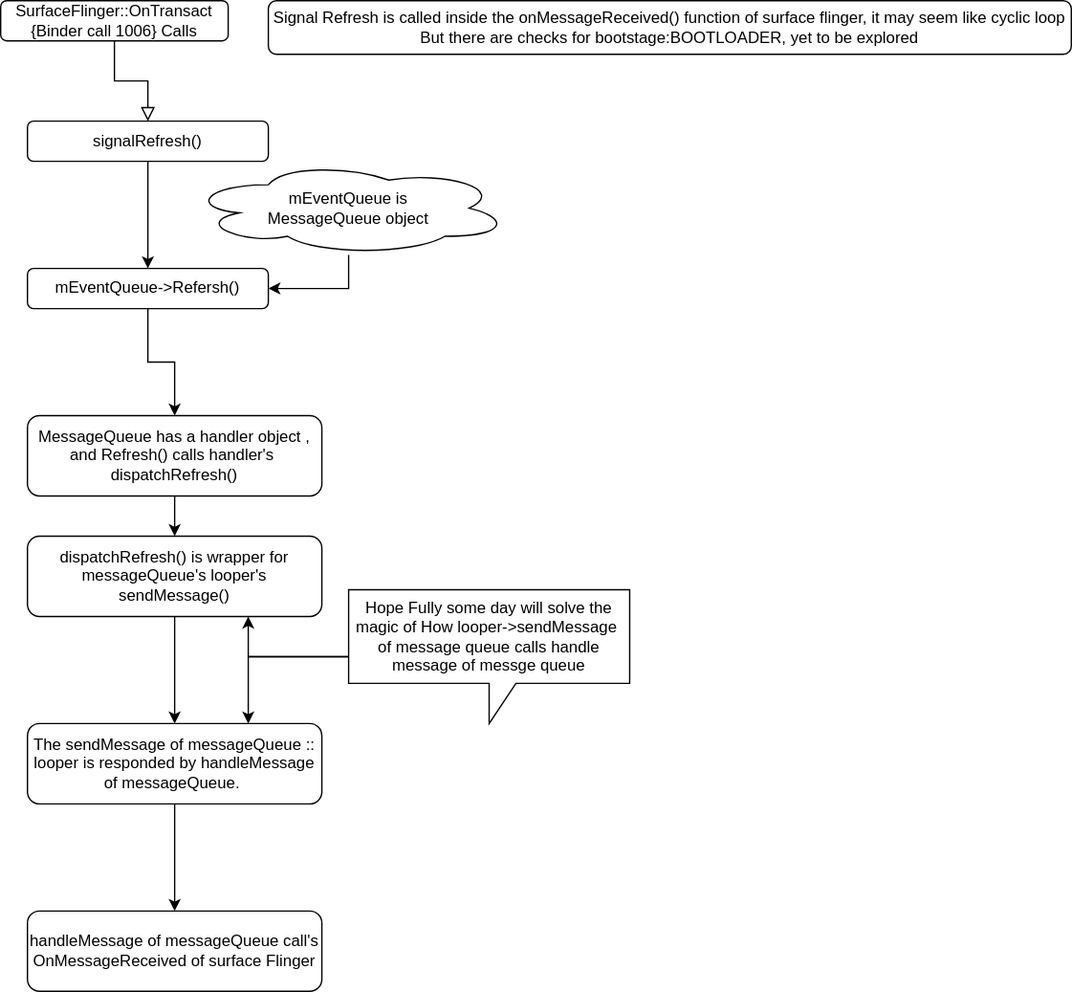
Above: Surface Flinger.svg in wire-mistry/AOSP_Gaphics (draw.io), before the change. Source tidied: cells renumbered, new cells last; positions are measured from the earlier drawing's top-left corner, leaving out a move shared by most shapes.
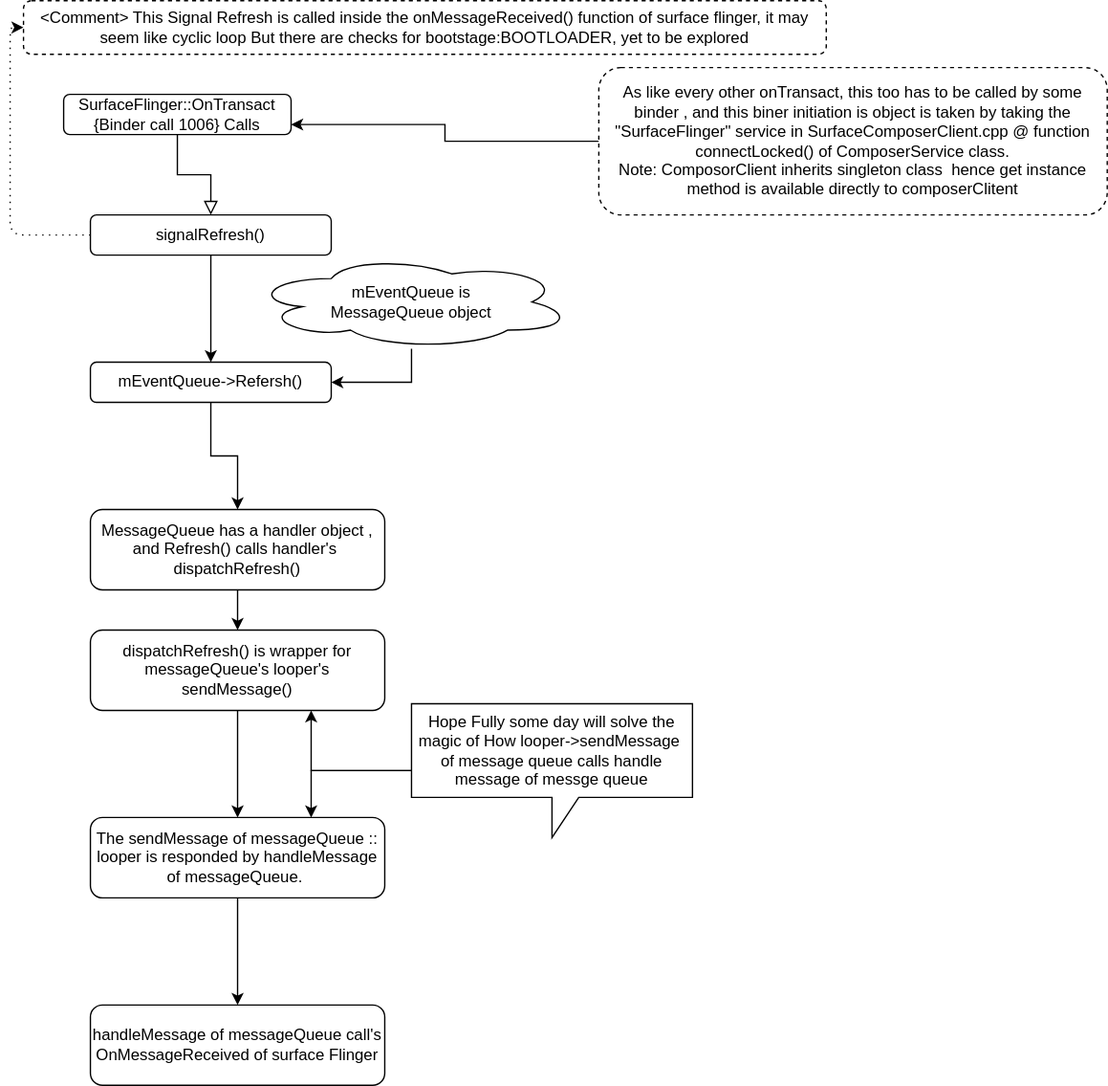
Later version of the same file.

What changed in the source:
```diff
@@ -41,8 +41,8 @@
     <mxCell id="14" value="handleMessage of messageQueue call's OnMessageReceived of surface Flinger" style="rounded=1;whiteSpace=wrap;html=1;" parent="1" vertex="1">
       <mxGeometry x="20" y="680" width="220" height="60" as="geometry" />
     </mxCell>
-    <mxCell id="15" value="Signal Refresh is called inside the onMessageReceived() function of surface flinger, it may seem like cyclic loop But there are checks for bootstage:BOOTLOADER, yet to be explored" style="rounded=1;whiteSpace=wrap;html=1;" parent="1" vertex="1">
-      <mxGeometry x="200" width="600" height="40" as="geometry" />
+    <mxCell id="15" value="&amp;lt;Comment&amp;gt; This Signal Refresh is called inside the onMessageReceived() function of surface flinger, it may seem like cyclic loop But there are checks for bootstage:BOOTLOADER, yet to be explored" style="rounded=1;whiteSpace=wrap;html=1;dashed=1;" parent="1" vertex="1">
+      <mxGeometry x="-30" y="-70" width="600" height="40" as="geometry" />
     </mxCell>
     <mxCell id="16" style="edgeStyle=orthogonalEdgeStyle;rounded=0;jettySize=auto;html=1;entryX=1;entryY=0.5;entryDx=0;entryDy=0;" parent="1" edge="1" source="17" target="7">
       <mxGeometry relative="1" as="geometry" />
@@ -54,10 +54,23 @@
       <mxGeometry relative="1" as="geometry" />
     </mxCell>
     <mxCell id="19" value="Hope Fully some day will solve the magic of How looper-&amp;gt;sendMessage&amp;nbsp; of message queue calls handle message of messge queue" style="shape=callout;whiteSpace=wrap;html=1;perimeter=calloutPerimeter;" parent="1" vertex="1">
-      <mxGeometry x="260" y="440" width="210" height="100" as="geometry" />
+      <mxGeometry x="260" y="455" width="210" height="100" as="geometry" />
     </mxCell>
     <mxCell id="20" style="edgeStyle=orthogonalEdgeStyle;rounded=0;jettySize=auto;html=1;entryX=0.75;entryY=1;entryDx=0;entryDy=0;" parent="1" edge="1" source="19" target="11">
       <mxGeometry relative="1" as="geometry" />
     </mxCell>
+    <mxCell id="21" style="edgeStyle=orthogonalEdgeStyle;rounded=0;jettySize=auto;html=1;entryX=1;entryY=0.75;entryDx=0;entryDy=0;exitX=0;exitY=0.5;exitDx=0;exitDy=0;" parent="1" edge="1" source="22" target="3">
+      <mxGeometry relative="1" as="geometry" />
+    </mxCell>
+    <mxCell id="22" value="As like every other onTransact, this too has to be called by some binder , and this biner initiation is object is taken by taking the &quot;SurfaceFlinger&quot; service in SurfaceComposerClient.cpp @ function connectLocked() of ComposerService class. &lt;br&gt;Note: ComposorClient inherits singleton class&amp;nbsp; hence get instance method is available directly to composerClitent" style="rounded=1;whiteSpace=wrap;html=1;dashed=1;" parent="1" vertex="1">
+      <mxGeometry x="400" y="-20" width="380" height="110" as="geometry" />
+    </mxCell>
+    <mxCell id="23" style="edgeStyle=elbowEdgeStyle;elbow=horizontal;endArrow=classic;html=1;exitX=0;exitY=0.5;exitDx=0;exitDy=0;entryX=0;entryY=0.5;entryDx=0;entryDy=0;dashed=1;dashPattern=1 4;" parent="1" edge="1" source="5" target="15">
+      <mxGeometry relative="1" as="geometry">
+        <Array as="points">
+          <mxPoint x="-40" y="30" />
+        </Array>
+      </mxGeometry>
+    </mxCell>
   </root>
 </mxGraphModel>
```
